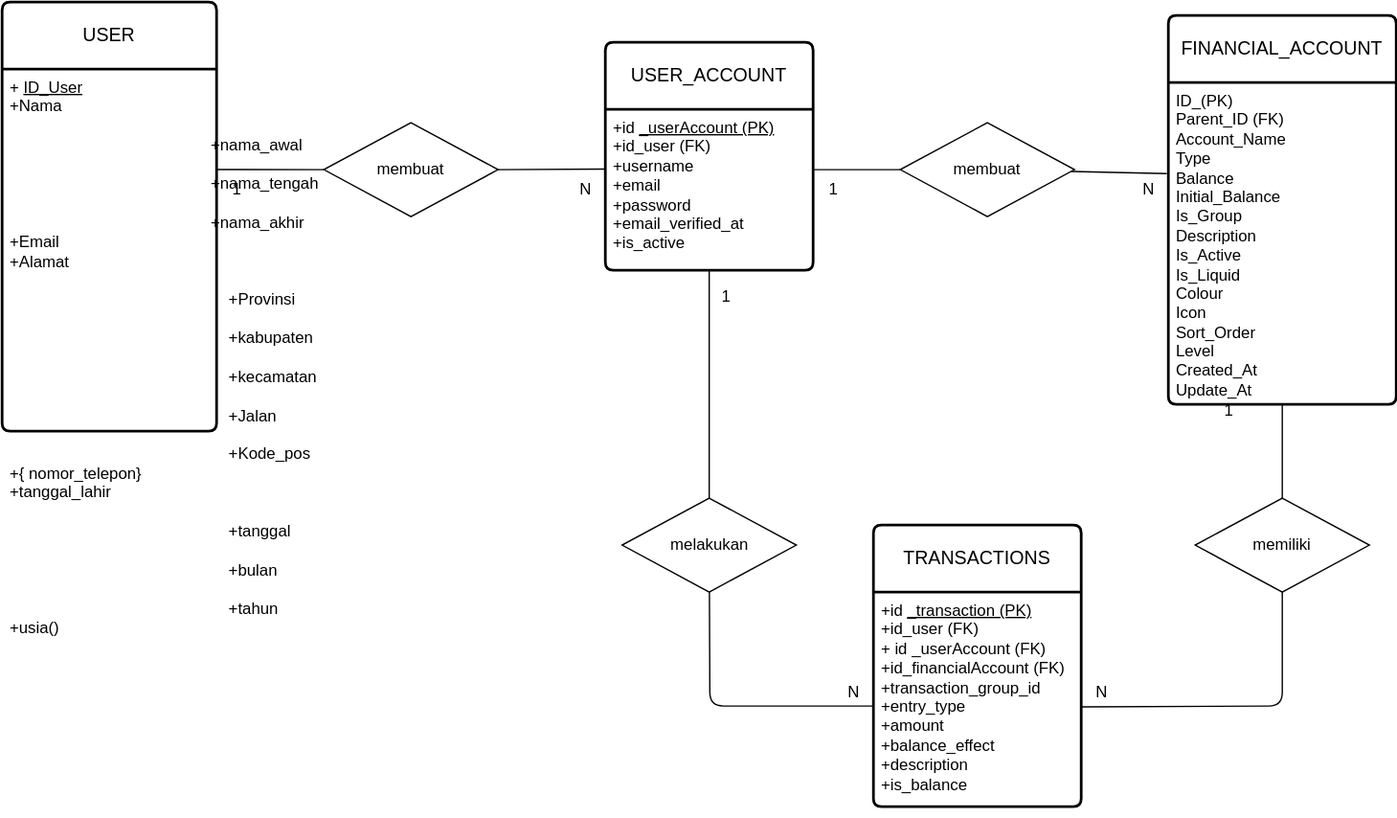
The draw.io diagram docs/erd.drawio.svg in ardiansyah-sweng/duweet, before a commit. Source tidied: cells renumbered, new cells last; positions are measured from the earlier drawing's top-left corner, leaving out a move shared by most shapes.
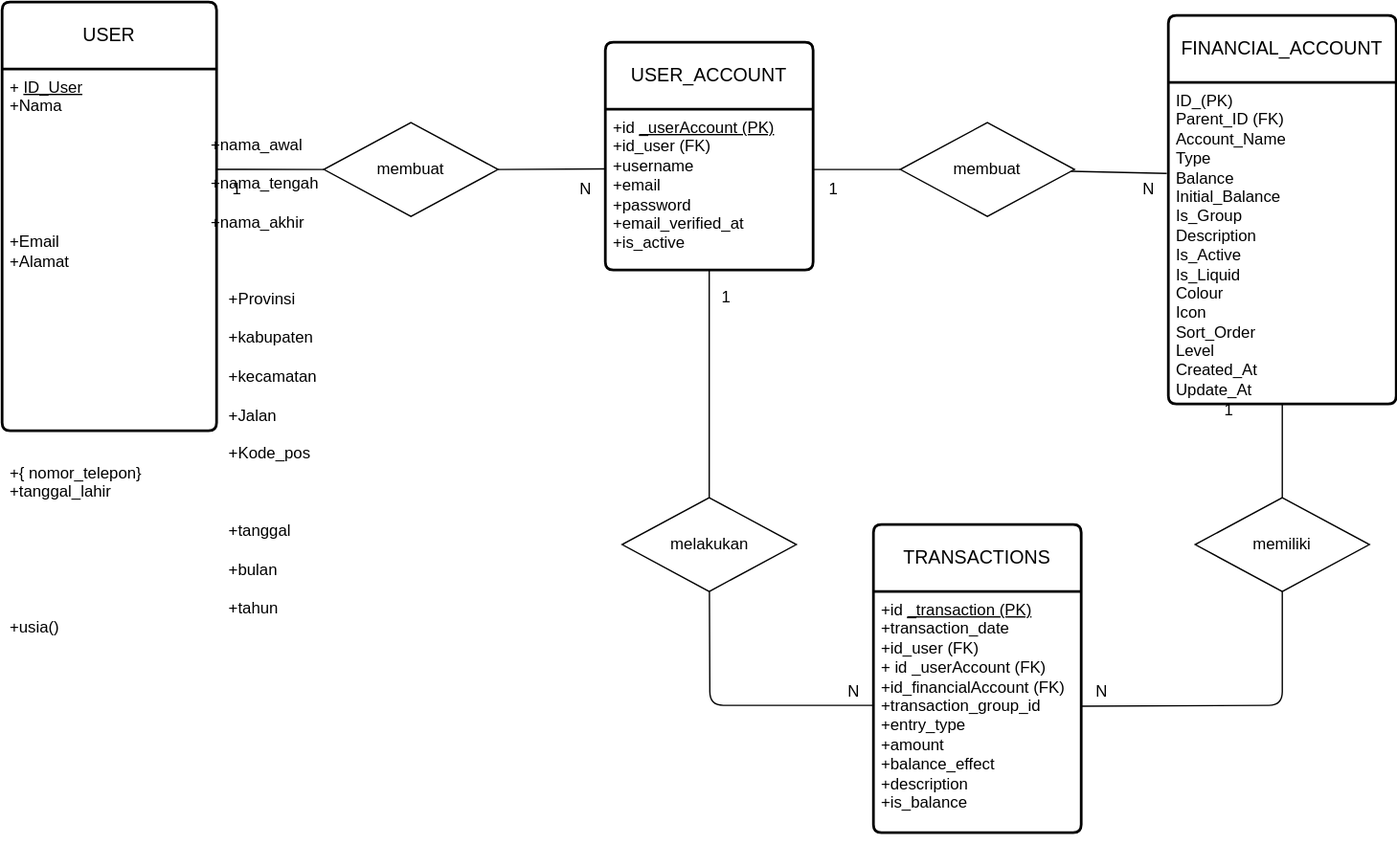
The same diagram one commit later.

Diff of the diagram source:
```diff
@@ -35,10 +35,10 @@
       <mxGeometry x="420" y="125" width="30" height="30" as="geometry" />
     </mxCell>
     <mxCell id="12" value="TRANSACTIONS" style="swimlane;horizontal=1;startSize=50;rounded=1;fontSize=14;fontStyle=0;strokeWidth=2;shadow=0;dashed=0;align=center;arcSize=4;whiteSpace=wrap;html=1;" parent="1" vertex="1">
-      <mxGeometry x="650" y="390" width="155" height="210" as="geometry" />
+      <mxGeometry x="650" y="390" width="155" height="230" as="geometry" />
     </mxCell>
-    <mxCell id="13" value="&lt;font style=&quot;color: rgb(0, 0, 0);&quot;&gt;+id&lt;u style=&quot;scrollbar-color: light-dark(#e2e2e2, #4b4b4b)&lt;br/&gt;&#9;&#9;&#9;&#9;&#9;light-dark(#fbfbfb, var(--dark-panel-color));&quot;&gt;_transaction (PK)&lt;/u&gt;&lt;br style=&quot;scrollbar-color: light-dark(#e2e2e2, #4b4b4b)&lt;br/&gt;&#9;&#9;&#9;&#9;&#9;light-dark(#fbfbfb, var(--dark-panel-color));&quot;&gt;+id_user (FK)&lt;/font&gt;&lt;div style=&quot;scrollbar-color: light-dark(#e2e2e2, #4b4b4b)&lt;br/&gt;&#9;&#9;&#9;&#9;&#9;light-dark(#fbfbfb, var(--dark-panel-color));&quot;&gt;&lt;font style=&quot;color: rgb(0, 0, 0);&quot;&gt;&lt;font style=&quot;&quot;&gt;+&lt;/font&gt;&lt;span style=&quot;background-color: transparent;&quot;&gt;id&lt;/span&gt;&lt;span style=&quot;background-color: transparent; scrollbar-color: rgb(226, 226, 226) rgb(251, 251, 251);&quot;&gt;_userAccount (FK)&lt;/span&gt;&lt;/font&gt;&lt;/div&gt;&lt;div style=&quot;scrollbar-color: light-dark(#e2e2e2, #4b4b4b)&lt;br/&gt;&#9;&#9;&#9;&#9;&#9;light-dark(#fbfbfb, var(--dark-panel-color));&quot;&gt;&lt;font style=&quot;color: rgb(0, 0, 0);&quot;&gt;+id_financialAccount (FK)&lt;/font&gt;&lt;/div&gt;&lt;div style=&quot;scrollbar-color: light-dark(#e2e2e2, #4b4b4b)&lt;br/&gt;&#9;&#9;&#9;&#9;&#9;light-dark(#fbfbfb, var(--dark-panel-color));&quot;&gt;&lt;font style=&quot;color: rgb(0, 0, 0);&quot;&gt;+transaction_group_id&lt;/font&gt;&lt;div style=&quot;scrollbar-color: light-dark(#e2e2e2, #4b4b4b)&lt;br/&gt;&#9;&#9;&#9;&#9;&#9;light-dark(#fbfbfb, var(--dark-panel-color));&quot;&gt;&lt;font style=&quot;color: rgb(0, 0, 0);&quot;&gt;+entry_type&lt;/font&gt;&lt;/div&gt;&lt;div style=&quot;scrollbar-color: light-dark(#e2e2e2, #4b4b4b)&lt;br/&gt;&#9;&#9;&#9;&#9;&#9;light-dark(#fbfbfb, var(--dark-panel-color));&quot;&gt;&lt;font style=&quot;color: rgb(0, 0, 0);&quot;&gt;+amount&lt;/font&gt;&lt;/div&gt;&lt;div style=&quot;scrollbar-color: light-dark(#e2e2e2, #4b4b4b)&lt;br/&gt;&#9;&#9;&#9;&#9;&#9;light-dark(#fbfbfb, var(--dark-panel-color));&quot;&gt;&lt;font style=&quot;color: rgb(0, 0, 0);&quot;&gt;+balance_effect&lt;/font&gt;&lt;/div&gt;&lt;div style=&quot;scrollbar-color: light-dark(#e2e2e2, #4b4b4b)&lt;br/&gt;&#9;&#9;&#9;&#9;&#9;light-dark(#fbfbfb, var(--dark-panel-color));&quot;&gt;&lt;font style=&quot;color: rgb(0, 0, 0);&quot;&gt;+description&lt;/font&gt;&lt;/div&gt;&lt;div style=&quot;scrollbar-color: light-dark(#e2e2e2, #4b4b4b)&lt;br/&gt;&#9;&#9;&#9;&#9;&#9;light-dark(#fbfbfb, var(--dark-panel-color));&quot;&gt;&lt;font style=&quot;color: rgb(0, 0, 0);&quot;&gt;+is_balance&lt;/font&gt;&lt;/div&gt;&lt;/div&gt;" style="align=left;strokeColor=none;fillColor=none;spacingLeft=4;fontSize=12;verticalAlign=top;html=1;" parent="12" vertex="1">
-      <mxGeometry y="50" width="155" height="160" as="geometry" />
+    <mxCell id="13" value="&lt;font style=&quot;color: rgb(0, 0, 0);&quot;&gt;+id&lt;u style=&quot;scrollbar-color: light-dark(#e2e2e2, #4b4b4b)&amp;lt;br/&amp;gt;&#9;&#9;&#9;&#9;&#9;light-dark(#fbfbfb, var(--dark-panel-color));&quot;&gt;_transaction (PK)&lt;/u&gt;&lt;/font&gt;&lt;div&gt;&lt;font style=&quot;color: rgb(0, 0, 0);&quot;&gt;&lt;span style=&quot;color: rgb(0, 0, 0);&quot;&gt;+transaction_date&lt;/span&gt;&lt;u&gt;&lt;br style=&quot;scrollbar-color: light-dark(#e2e2e2, #4b4b4b)&amp;lt;br/&amp;gt;&#9;&#9;&#9;&#9;&#9;light-dark(#fbfbfb, var(--dark-panel-color));&quot;&gt;&lt;/u&gt;+id_user (FK)&lt;/font&gt;&lt;div style=&quot;scrollbar-color: light-dark(#e2e2e2, #4b4b4b)&amp;lt;br/&amp;gt;&#9;&#9;&#9;&#9;&#9;light-dark(#fbfbfb, var(--dark-panel-color));&quot;&gt;&lt;font style=&quot;color: rgb(0, 0, 0);&quot;&gt;&lt;font style=&quot;&quot;&gt;+&lt;/font&gt;&lt;span style=&quot;background-color: transparent;&quot;&gt;id&lt;/span&gt;&lt;span style=&quot;background-color: transparent; scrollbar-color: rgb(226, 226, 226) rgb(251, 251, 251);&quot;&gt;_userAccount (FK)&lt;/span&gt;&lt;/font&gt;&lt;/div&gt;&lt;div style=&quot;scrollbar-color: light-dark(#e2e2e2, #4b4b4b)&amp;lt;br/&amp;gt;&#9;&#9;&#9;&#9;&#9;light-dark(#fbfbfb, var(--dark-panel-color));&quot;&gt;&lt;font style=&quot;color: rgb(0, 0, 0);&quot;&gt;+id_financialAccount (FK)&lt;/font&gt;&lt;/div&gt;&lt;div style=&quot;scrollbar-color: light-dark(#e2e2e2, #4b4b4b)&amp;lt;br/&amp;gt;&#9;&#9;&#9;&#9;&#9;light-dark(#fbfbfb, var(--dark-panel-color));&quot;&gt;&lt;font style=&quot;color: rgb(0, 0, 0);&quot;&gt;+transaction_group_id&lt;/font&gt;&lt;div style=&quot;scrollbar-color: light-dark(#e2e2e2, #4b4b4b)&amp;lt;br/&amp;gt;&#9;&#9;&#9;&#9;&#9;light-dark(#fbfbfb, var(--dark-panel-color));&quot;&gt;&lt;font style=&quot;color: rgb(0, 0, 0);&quot;&gt;+entry_type&lt;/font&gt;&lt;/div&gt;&lt;div style=&quot;scrollbar-color: light-dark(#e2e2e2, #4b4b4b)&amp;lt;br/&amp;gt;&#9;&#9;&#9;&#9;&#9;light-dark(#fbfbfb, var(--dark-panel-color));&quot;&gt;&lt;font style=&quot;color: rgb(0, 0, 0);&quot;&gt;+amount&lt;/font&gt;&lt;/div&gt;&lt;div style=&quot;scrollbar-color: light-dark(#e2e2e2, #4b4b4b)&amp;lt;br/&amp;gt;&#9;&#9;&#9;&#9;&#9;light-dark(#fbfbfb, var(--dark-panel-color));&quot;&gt;&lt;font style=&quot;color: rgb(0, 0, 0);&quot;&gt;+balance_effect&lt;/font&gt;&lt;/div&gt;&lt;div style=&quot;scrollbar-color: light-dark(#e2e2e2, #4b4b4b)&amp;lt;br/&amp;gt;&#9;&#9;&#9;&#9;&#9;light-dark(#fbfbfb, var(--dark-panel-color));&quot;&gt;&lt;font style=&quot;color: rgb(0, 0, 0);&quot;&gt;+description&lt;/font&gt;&lt;/div&gt;&lt;div style=&quot;scrollbar-color: light-dark(#e2e2e2, #4b4b4b)&amp;lt;br/&amp;gt;&#9;&#9;&#9;&#9;&#9;light-dark(#fbfbfb, var(--dark-panel-color));&quot;&gt;&lt;font style=&quot;color: rgb(0, 0, 0);&quot;&gt;+is_balance&lt;/font&gt;&lt;/div&gt;&lt;/div&gt;&lt;/div&gt;" style="align=left;strokeColor=none;fillColor=none;spacingLeft=4;fontSize=12;verticalAlign=top;html=1;" parent="12" vertex="1">
+      <mxGeometry y="50" width="155" height="180" as="geometry" />
     </mxCell>
     <mxCell id="14" style="edgeStyle=none;html=1;exitX=0.5;exitY=1;exitDx=0;exitDy=0;" parent="12" edge="1" source="12" target="13">
       <mxGeometry relative="1" as="geometry" />
```
